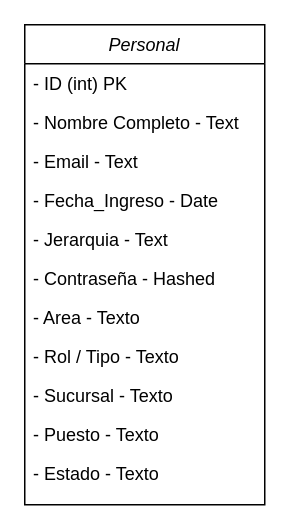
HHV-ALEN/Apps keeps this draw.io diagram as Clases.drawio. Above is the earlier version. Source tidied: cells renumbered, new cells numbered last; positions are measured from the earlier drawing's top-left corner, leaving out a move shared by most shapes. Both pictures are drawn from the tidied source at 150%, with x=0, y=0 at pixel (24, 24).
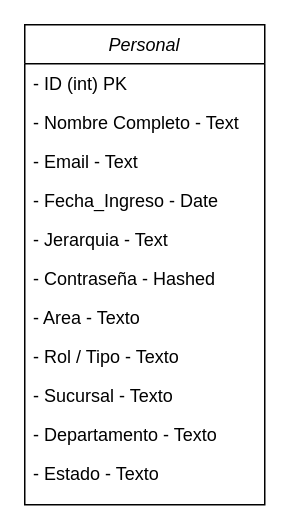
The same diagram, later.

The edit, as a diff of the source:
```diff
@@
 <mxGraphModel>
   <root>
     <mxCell id="0" />
     <mxCell id="1" parent="0" />
     <mxCell id="2" value="Personal" style="swimlane;fontStyle=2;align=center;verticalAlign=top;horizontal=1;startSize=26;rounded=0;shadow=0;strokeWidth=1;" parent="1" vertex="1">
       <mxGeometry width="160" height="320" as="geometry" />
     </mxCell>
     <mxCell id="3" value="- ID (int) PK" style="text;align=left;verticalAlign=top;spacingLeft=4;spacingRight=4;overflow=hidden;" parent="2" vertex="1">
       <mxGeometry y="26" width="160" height="26" as="geometry" />
     </mxCell>
     <mxCell id="4" value="- Nombre Completo - Text" style="text;align=left;verticalAlign=top;spacingLeft=4;spacingRight=4;overflow=hidden;rounded=0;shadow=0;html=0;" parent="2" vertex="1">
       <mxGeometry y="52" width="160" height="26" as="geometry" />
     </mxCell>
     <mxCell id="5" value="- Email - Text" style="text;align=left;verticalAlign=top;spacingLeft=4;spacingRight=4;overflow=hidden;rounded=0;shadow=0;html=0;" parent="2" vertex="1">
       <mxGeometry y="78" width="160" height="26" as="geometry" />
     </mxCell>
     <mxCell id="6" value="- Fecha_Ingreso - Date&#10;" style="text;align=left;verticalAlign=top;spacingLeft=4;spacingRight=4;overflow=hidden;rounded=0;shadow=0;html=0;" parent="2" vertex="1">
       <mxGeometry y="104" width="160" height="26" as="geometry" />
     </mxCell>
     <mxCell id="7" value="- Jerarquia - Text" style="text;align=left;verticalAlign=top;spacingLeft=4;spacingRight=4;overflow=hidden;rounded=0;shadow=0;html=0;" parent="2" vertex="1">
       <mxGeometry y="130" width="160" height="26" as="geometry" />
     </mxCell>
     <mxCell id="8" value="- Contraseña - Hashed" style="text;align=left;verticalAlign=top;spacingLeft=4;spacingRight=4;overflow=hidden;rounded=0;shadow=0;html=0;" parent="2" vertex="1">
       <mxGeometry y="156" width="160" height="26" as="geometry" />
     </mxCell>
     <mxCell id="9" value="- Area - Texto&#10;&#10;o" style="text;align=left;verticalAlign=top;spacingLeft=4;spacingRight=4;overflow=hidden;rounded=0;shadow=0;html=0;" parent="2" vertex="1">
       <mxGeometry y="182" width="160" height="26" as="geometry" />
     </mxCell>
     <mxCell id="10" value="- Rol / Tipo - Texto" style="text;align=left;verticalAlign=top;spacingLeft=4;spacingRight=4;overflow=hidden;rounded=0;shadow=0;html=0;" parent="2" vertex="1">
       <mxGeometry y="208" width="160" height="26" as="geometry" />
     </mxCell>
     <mxCell id="11" value="- Sucursal - Texto" style="text;align=left;verticalAlign=top;spacingLeft=4;spacingRight=4;overflow=hidden;rounded=0;shadow=0;html=0;" parent="2" vertex="1">
       <mxGeometry y="234" width="160" height="26" as="geometry" />
     </mxCell>
-    <mxCell id="12" value="- Puesto - Texto" style="text;align=left;verticalAlign=top;spacingLeft=4;spacingRight=4;overflow=hidden;rounded=0;shadow=0;html=0;" parent="2" vertex="1">
+    <mxCell id="12" value="- Departamento - Texto" style="text;align=left;verticalAlign=top;spacingLeft=4;spacingRight=4;overflow=hidden;rounded=0;shadow=0;html=0;" parent="2" vertex="1">
       <mxGeometry y="260" width="160" height="26" as="geometry" />
     </mxCell>
     <mxCell id="13" value="- Estado - Texto" style="text;align=left;verticalAlign=top;spacingLeft=4;spacingRight=4;overflow=hidden;rounded=0;shadow=0;html=0;" parent="2" vertex="1">
       <mxGeometry y="286" width="160" height="26" as="geometry" />
     </mxCell>
   </root>
 </mxGraphModel>
```
